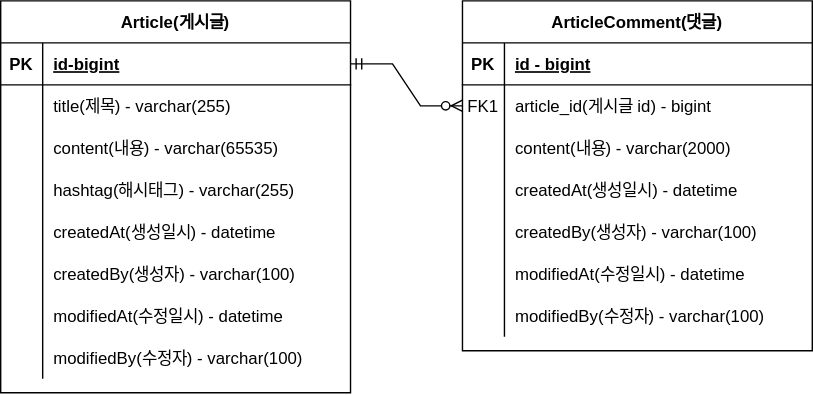
alpapago/spring-prac-login keeps this draw.io diagram as project-board-erd.svg. Above is the earlier version. Source tidied: cells renumbered, new cells last; positions are measured from the earlier drawing's top-left corner, leaving out a move shared by most shapes.
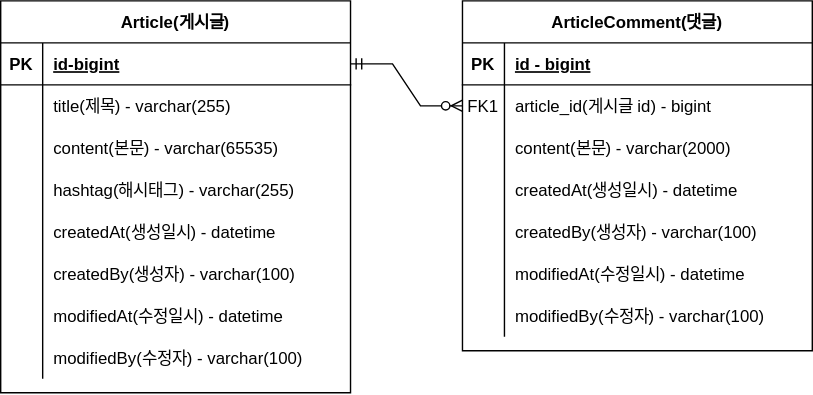
The same file after the commit.

Commit message:
#3 - ERD 주석 업데이트 : project-board-erd.svg

The edit, as a diff of the source:
```diff
@@ -29,7 +29,7 @@
     <mxCell id="10" style="shape=partialRectangle;overflow=hidden;fillColor=none;top=0;left=0;bottom=0;right=0;" parent="9" vertex="1">
       <mxGeometry width="30" height="30" as="geometry" />
     </mxCell>
-    <mxCell id="11" value="content(내용) - varchar(2000)" style="shape=partialRectangle;overflow=hidden;fillColor=none;top=0;left=0;bottom=0;right=0;align=left;spacingLeft=6;" parent="9" vertex="1">
+    <mxCell id="11" value="content(본문) - varchar(2000)" style="shape=partialRectangle;overflow=hidden;fillColor=none;top=0;left=0;bottom=0;right=0;align=left;spacingLeft=6;" parent="9" vertex="1">
       <mxGeometry x="30" width="220" height="30" as="geometry" />
     </mxCell>
     <mxCell id="12" style="shape=partialRectangle;fillColor=none;top=0;left=0;right=0;bottom=0;" parent="2" vertex="1">
@@ -95,7 +95,7 @@
     <mxCell id="32" style="shape=partialRectangle;overflow=hidden;fillColor=none;top=0;left=0;bottom=0;right=0;" parent="31" vertex="1">
       <mxGeometry width="30" height="30" as="geometry" />
     </mxCell>
-    <mxCell id="33" value="content(내용) - varchar(65535)" style="shape=partialRectangle;overflow=hidden;fillColor=none;top=0;left=0;bottom=0;right=0;align=left;spacingLeft=6;" parent="31" vertex="1">
+    <mxCell id="33" value="content(본문) - varchar(65535)" style="shape=partialRectangle;overflow=hidden;fillColor=none;top=0;left=0;bottom=0;right=0;align=left;spacingLeft=6;" parent="31" vertex="1">
       <mxGeometry x="30" width="220" height="30" as="geometry" />
     </mxCell>
     <mxCell id="34" style="shape=partialRectangle;fillColor=none;top=0;left=0;right=0;bottom=0;" parent="24" vertex="1">
```
